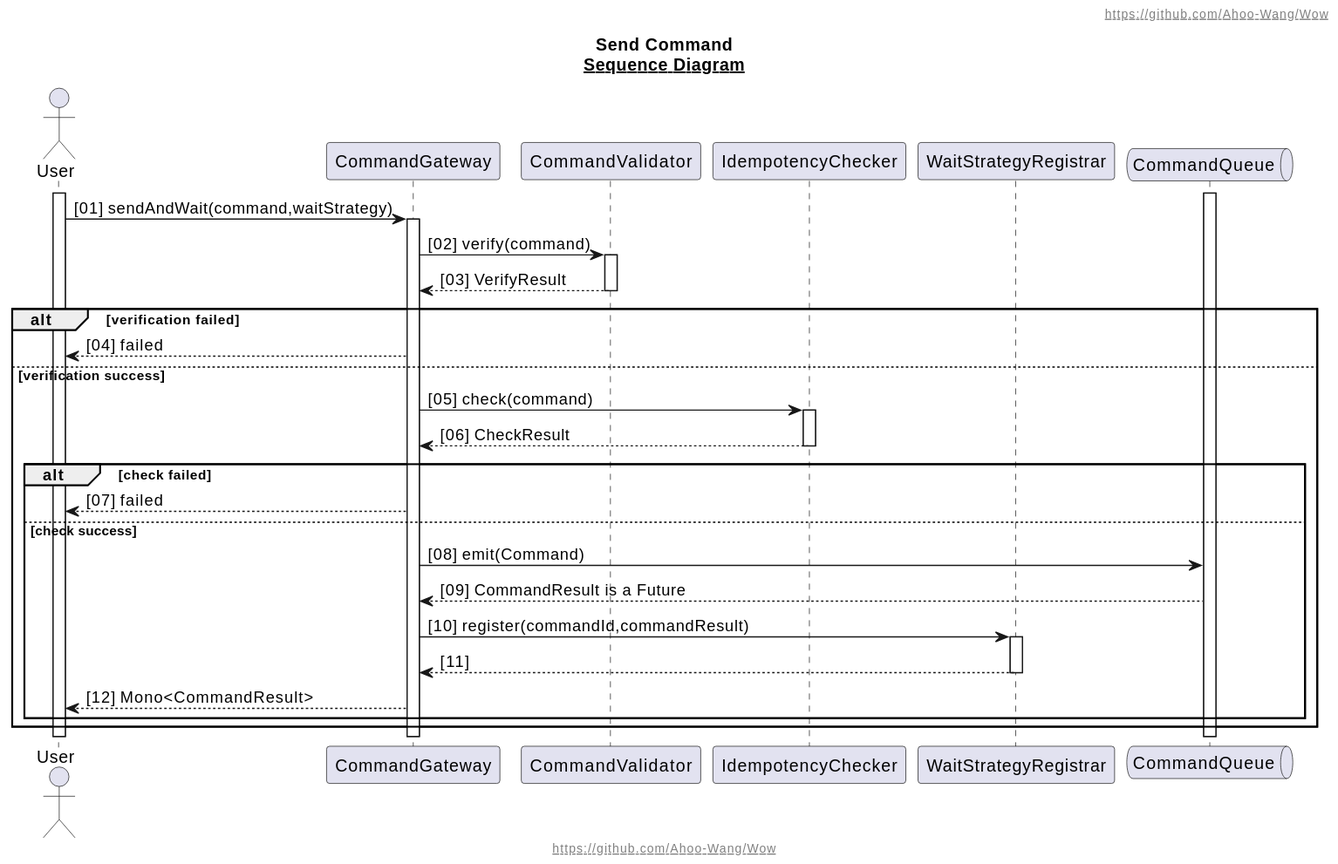
Ahoo-Wang/Wow keeps this PlantUML diagram as document/design/assets/Send-Command.svg. Above is the earlier version. The source it was exported from:
```plantuml
@startuml

!include layout.puml

title
Send Command
__Sequence Diagram__
end title

actor User
participant CommandGateway
participant CommandValidator
participant IdempotencyChecker
participant WaitStrategyRegistrar
queue CommandQueue

CommandQueue++
User ++

autonumber "[00]"

User -> CommandGateway ++: sendAndWait(command,waitStrategy)

CommandGateway -> CommandValidator++: verify(command)
CommandGateway <-- CommandValidator--: VerifyResult
alt verification failed
    User <-- CommandGateway: failed
else verification success
    CommandGateway -> IdempotencyChecker++: check(command)
    CommandGateway <-- IdempotencyChecker--: CheckResult
    alt check failed
        User <-- CommandGateway: failed
    else check success
        CommandGateway -> CommandQueue: emit(Command)
        CommandGateway <-- CommandQueue: CommandResult is a Future
        CommandGateway -> WaitStrategyRegistrar++: register(commandId,commandResult)
        CommandGateway <-- WaitStrategyRegistrar--
        User <-- CommandGateway: Mono<CommandResult>
    end
end
@enduml
```
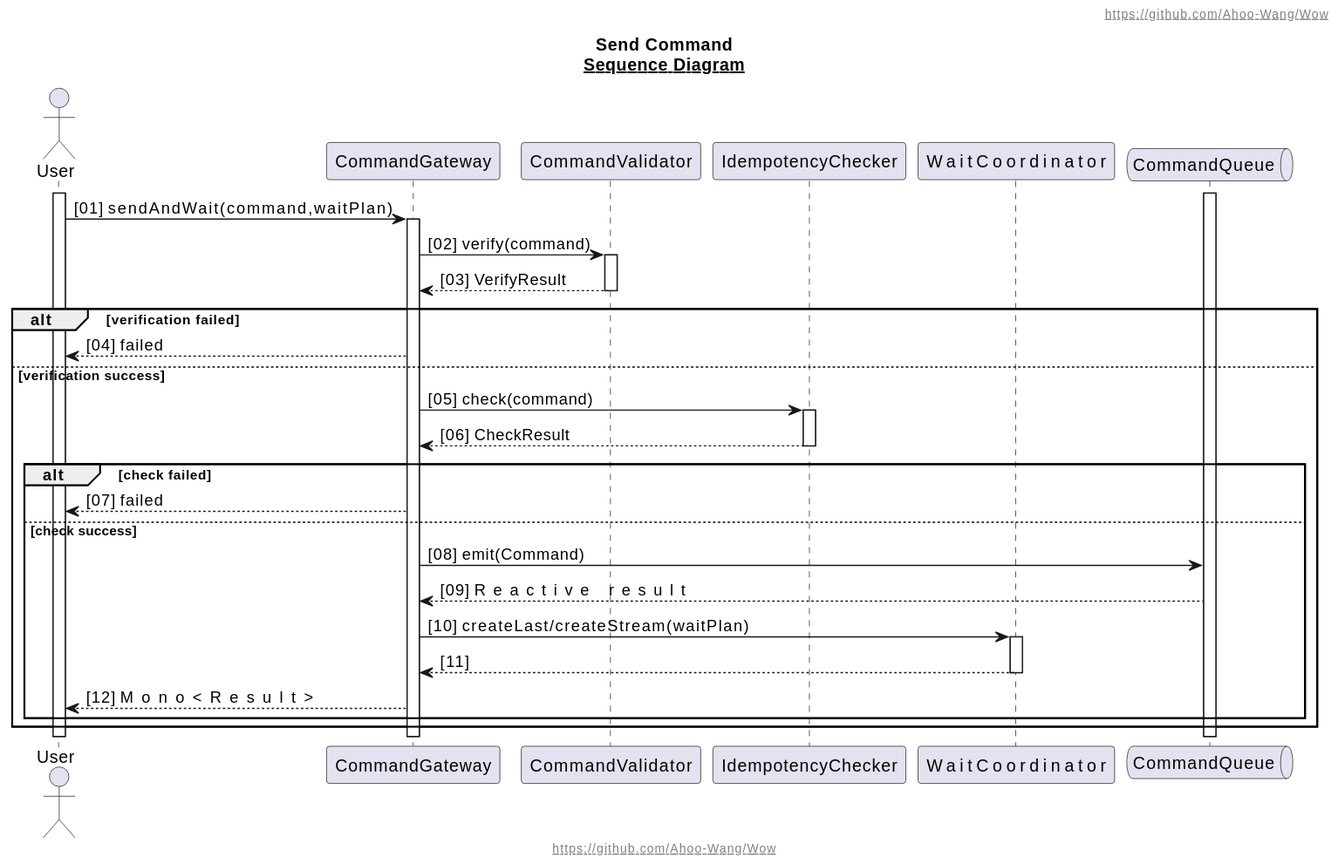
After the commit.

Diff of the diagram source:
```diff
@@ -11,7 +11,7 @@
 participant CommandGateway
 participant CommandValidator
 participant IdempotencyChecker
-participant WaitStrategyRegistrar
+participant WaitCoordinator
 queue CommandQueue
 
 CommandQueue++
@@ -19,7 +19,7 @@
 
 autonumber "[00]"
 
-User -> CommandGateway ++: sendAndWait(command,waitStrategy)
+User -> CommandGateway ++: sendAndWait(command,waitPlan)
 
 CommandGateway -> CommandValidator++: verify(command)
 CommandGateway <-- CommandValidator--: VerifyResult
@@ -32,10 +32,10 @@
         User <-- CommandGateway: failed
     else check success
         CommandGateway -> CommandQueue: emit(Command)
-        CommandGateway <-- CommandQueue: CommandResult is a Future
-        CommandGateway -> WaitStrategyRegistrar++: register(commandId,commandResult)
-        CommandGateway <-- WaitStrategyRegistrar--
-        User <-- CommandGateway: Mono<CommandResult>
+        CommandGateway <-- CommandQueue: Reactive result
+        CommandGateway -> WaitCoordinator++: createLast/createStream(waitPlan)
+        CommandGateway <-- WaitCoordinator--
+        User <-- CommandGateway: Mono<Result>
     end
 end
 @enduml
```
